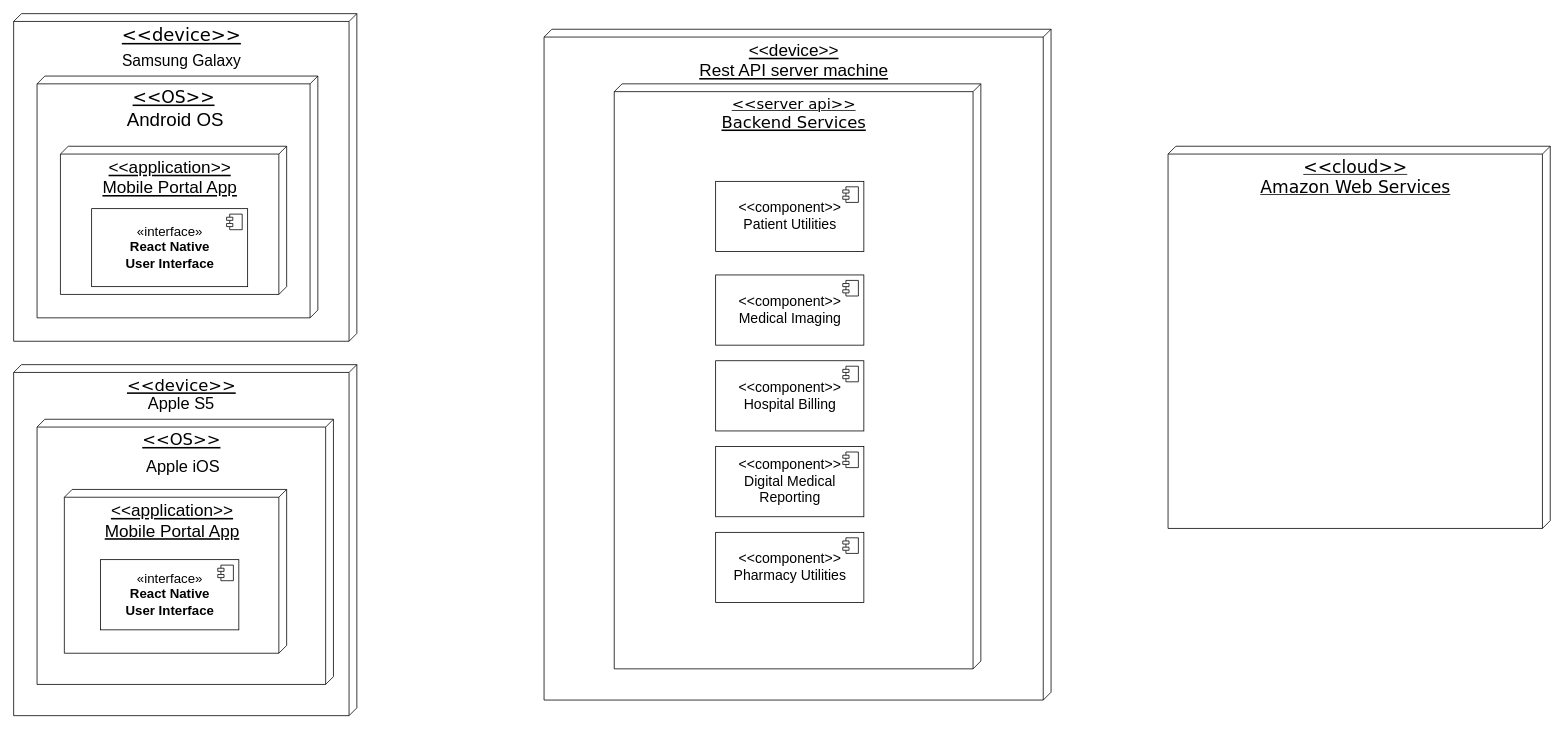
Before: testDir/Untitled Diagram.drawio in SahanChan/x, a draw.io diagram. Source tidied: cells renumbered, new cells numbered last; positions are measured from the earlier drawing's top-left corner, leaving out a move shared by most shapes. Both pictures are drawn from the tidied source at 78%, with x=0, y=0 at pixel (13, 13).
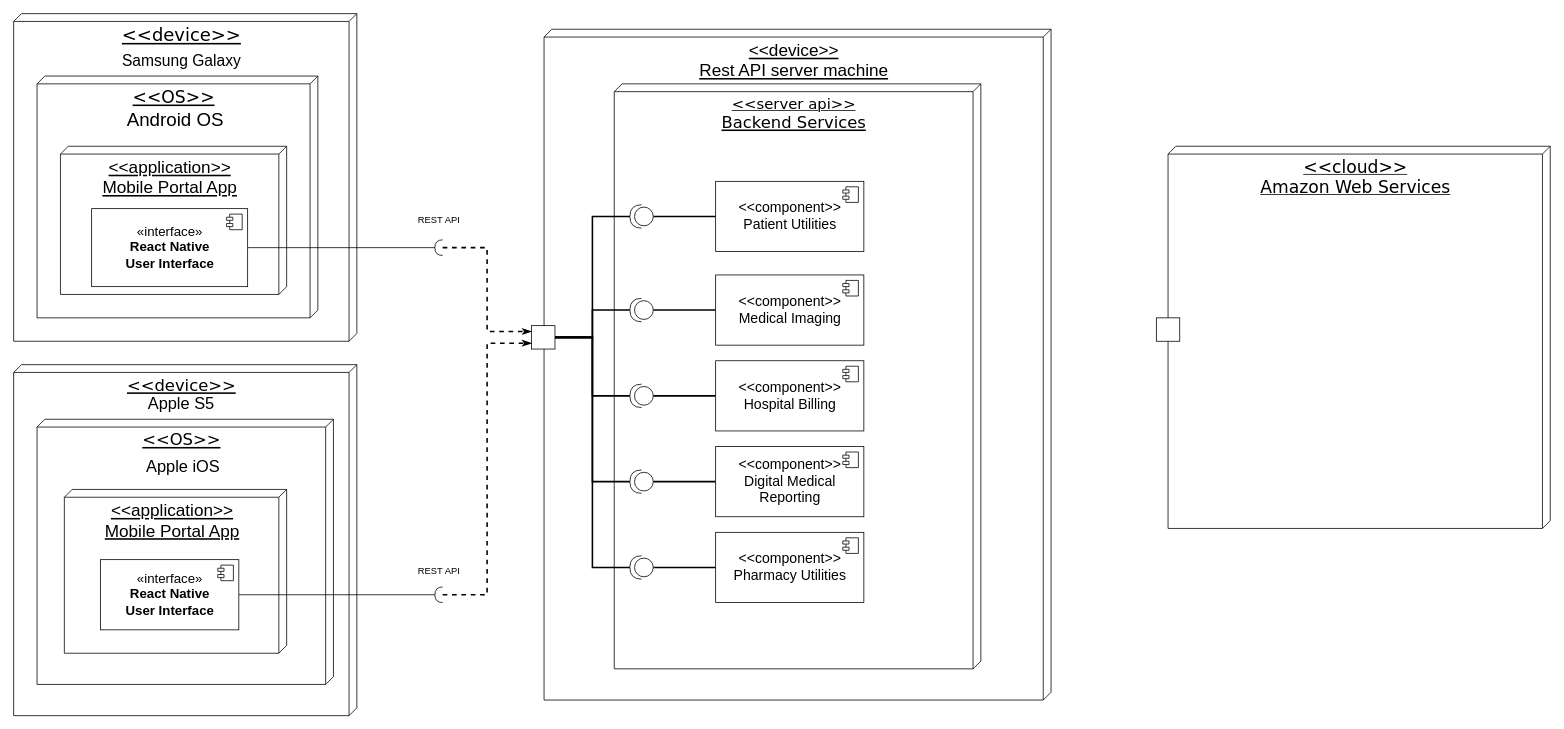
The same diagram, later.

Unchanged cells that the change refers to:
```xml
<mxCell id="15" value="&lt;div style=&quot;font-size: 18px&quot;&gt;&lt;font style=&quot;font-size: 18px&quot;&gt;&amp;lt;&amp;lt;component&amp;gt;&amp;gt;&lt;/font&gt;&lt;/div&gt;&lt;div style=&quot;font-size: 18px&quot;&gt;&lt;font style=&quot;font-size: 18px&quot;&gt;Patient Utilities&lt;br&gt;&lt;/font&gt;&lt;/div&gt;" style="html=1;" parent="1" vertex="1">
  <mxGeometry x="900" y="215" width="190" height="90" as="geometry" />
</mxCell>
<mxCell id="17" value="&lt;div style=&quot;font-size: 18px&quot;&gt;&lt;font style=&quot;font-size: 18px&quot;&gt;&amp;lt;&amp;lt;component&amp;gt;&amp;gt;&lt;/font&gt;&lt;/div&gt;&lt;div style=&quot;font-size: 18px&quot;&gt;&lt;font style=&quot;font-size: 18px&quot;&gt;Medical Imaging&lt;br&gt;&lt;/font&gt;&lt;/div&gt;" style="html=1;" parent="1" vertex="1">
  <mxGeometry x="900" y="335" width="190" height="90" as="geometry" />
</mxCell>
<mxCell id="19" value="&lt;div style=&quot;font-size: 18px&quot;&gt;&lt;font style=&quot;font-size: 18px&quot;&gt;&amp;lt;&amp;lt;component&amp;gt;&amp;gt;&lt;/font&gt;&lt;/div&gt;&lt;div style=&quot;font-size: 18px&quot;&gt;&lt;font style=&quot;font-size: 18px&quot;&gt;Hospital Billing&lt;br&gt;&lt;/font&gt;&lt;/div&gt;" style="html=1;" parent="1" vertex="1">
  <mxGeometry x="900" y="445" width="190" height="90" as="geometry" />
</mxCell>
<mxCell id="21" value="&lt;div style=&quot;font-size: 18px&quot;&gt;&lt;font style=&quot;font-size: 18px&quot;&gt;&amp;lt;&amp;lt;component&amp;gt;&amp;gt;&lt;/font&gt;&lt;/div&gt;&lt;div style=&quot;font-size: 18px&quot;&gt;&lt;font style=&quot;font-size: 18px&quot;&gt;Digital Medical&lt;/font&gt;&lt;/div&gt;&lt;div style=&quot;font-size: 18px&quot;&gt;&lt;font style=&quot;font-size: 18px&quot;&gt;Reporting&lt;br&gt;&lt;/font&gt;&lt;/div&gt;" style="html=1;" parent="1" vertex="1">
  <mxGeometry x="900" y="555" width="190" height="90" as="geometry" />
</mxCell>
<mxCell id="23" value="&lt;div style=&quot;font-size: 18px&quot;&gt;&lt;font style=&quot;font-size: 18px&quot;&gt;&amp;lt;&amp;lt;component&amp;gt;&amp;gt;&lt;/font&gt;&lt;/div&gt;&lt;div style=&quot;font-size: 18px&quot;&gt;&lt;font style=&quot;font-size: 18px&quot;&gt;Pharmacy Utilities&lt;br&gt;&lt;/font&gt;&lt;/div&gt;" style="html=1;" parent="1" vertex="1">
  <mxGeometry x="900" y="665" width="190" height="90" as="geometry" />
</mxCell>
<mxCell id="25" value="&lt;div style=&quot;font-size: 17px&quot;&gt;&lt;font style=&quot;font-size: 17px&quot;&gt;«interface»&lt;/font&gt;&lt;/div&gt;&lt;div style=&quot;font-size: 17px&quot;&gt;&lt;font style=&quot;font-size: 17px&quot;&gt;&lt;b&gt;React Native &lt;br&gt;&lt;/b&gt;&lt;/font&gt;&lt;/div&gt;&lt;div style=&quot;font-size: 17px&quot;&gt;&lt;font style=&quot;font-size: 17px&quot;&gt;&lt;b&gt;User Interface&lt;/b&gt;&lt;br&gt;&lt;/font&gt;&lt;/div&gt;" style="html=1;" parent="1" vertex="1">
  <mxGeometry x="100" y="250" width="200" height="100" as="geometry" />
</mxCell>
<mxCell id="27" value="&lt;div style=&quot;font-size: 17px&quot;&gt;&lt;font style=&quot;font-size: 17px&quot;&gt;«interface»&lt;/font&gt;&lt;/div&gt;&lt;div style=&quot;font-size: 17px&quot;&gt;&lt;font style=&quot;font-size: 17px&quot;&gt;&lt;b&gt;React Native &lt;br&gt;&lt;/b&gt;&lt;/font&gt;&lt;/div&gt;&lt;div style=&quot;font-size: 17px&quot;&gt;&lt;font style=&quot;font-size: 17px&quot;&gt;&lt;b&gt;User Interface&lt;/b&gt;&lt;br&gt;&lt;/font&gt;&lt;/div&gt;" style="html=1;" parent="1" vertex="1">
  <mxGeometry x="111.2" y="700" width="177.5" height="90" as="geometry" />
</mxCell>
```

What changed in the source:
```diff
@@
+    <mxCell id="29" style="edgeStyle=orthogonalEdgeStyle;rounded=0;jettySize=auto;html=1;entryX=0;entryY=0.5;entryDx=0;entryDy=0;entryPerimeter=0;endArrow=none;endFill=0;strokeWidth=2;" parent="1" edge="1" source="15" target="49">
+      <mxGeometry relative="1" as="geometry" />
+    </mxCell>
@@
+    <mxCell id="30" style="edgeStyle=orthogonalEdgeStyle;rounded=0;jettySize=auto;html=1;entryX=0;entryY=0.5;entryDx=0;entryDy=0;entryPerimeter=0;endArrow=none;endFill=0;strokeWidth=2;" parent="1" edge="1" source="17" target="53">
+      <mxGeometry relative="1" as="geometry" />
+    </mxCell>
@@
+    <mxCell id="31" style="edgeStyle=orthogonalEdgeStyle;rounded=0;jettySize=auto;html=1;entryX=0;entryY=0.5;entryDx=0;entryDy=0;entryPerimeter=0;endArrow=none;endFill=0;strokeWidth=2;" parent="1" edge="1" source="19" target="51">
+      <mxGeometry relative="1" as="geometry" />
+    </mxCell>
@@
+    <mxCell id="32" style="edgeStyle=orthogonalEdgeStyle;rounded=0;jettySize=auto;html=1;entryX=0;entryY=0.5;entryDx=0;entryDy=0;entryPerimeter=0;endArrow=none;endFill=0;strokeWidth=2;" parent="1" edge="1" source="21" target="50">
+      <mxGeometry relative="1" as="geometry" />
+    </mxCell>
@@
+    <mxCell id="33" style="edgeStyle=orthogonalEdgeStyle;rounded=0;jettySize=auto;html=1;entryX=0;entryY=0.5;entryDx=0;entryDy=0;entryPerimeter=0;endArrow=none;endFill=0;strokeWidth=2;" parent="1" edge="1" source="23" target="52">
+      <mxGeometry relative="1" as="geometry" />
+    </mxCell>
@@
+    <mxCell id="34" style="edgeStyle=orthogonalEdgeStyle;rounded=0;jettySize=auto;html=1;exitX=1;exitY=0.5;exitDx=0;exitDy=0;entryX=1;entryY=0.5;entryDx=0;entryDy=0;entryPerimeter=0;endArrow=none;endFill=0;" parent="1" edge="1" source="25" target="44">
+      <mxGeometry relative="1" as="geometry" />
+    </mxCell>
@@
+    <mxCell id="35" style="edgeStyle=orthogonalEdgeStyle;rounded=0;jettySize=auto;html=1;entryX=1;entryY=0.5;entryDx=0;entryDy=0;entryPerimeter=0;endArrow=none;endFill=0;" parent="1" edge="1" source="27" target="46">
+      <mxGeometry relative="1" as="geometry">
+        <Array as="points">
+          <mxPoint x="530" y="745" />
+        </Array>
+      </mxGeometry>
+    </mxCell>
@@
+    <mxCell id="36" style="edgeStyle=orthogonalEdgeStyle;rounded=0;jettySize=auto;html=1;entryX=1;entryY=0.5;entryDx=0;entryDy=0;entryPerimeter=0;endArrow=none;endFill=0;strokeWidth=2;" parent="1" edge="1" source="41" target="49">
+      <mxGeometry relative="1" as="geometry" />
+    </mxCell>
+    <mxCell id="37" style="edgeStyle=orthogonalEdgeStyle;rounded=0;jettySize=auto;html=1;entryX=1;entryY=0.5;entryDx=0;entryDy=0;entryPerimeter=0;endArrow=none;endFill=0;strokeWidth=2;" parent="1" edge="1" source="41" target="53">
+      <mxGeometry relative="1" as="geometry" />
+    </mxCell>
+    <mxCell id="38" style="edgeStyle=orthogonalEdgeStyle;rounded=0;jettySize=auto;html=1;entryX=1;entryY=0.5;entryDx=0;entryDy=0;entryPerimeter=0;endArrow=none;endFill=0;strokeWidth=2;" parent="1" edge="1" source="41" target="51">
+      <mxGeometry relative="1" as="geometry" />
+    </mxCell>
+    <mxCell id="39" style="edgeStyle=orthogonalEdgeStyle;rounded=0;jettySize=auto;html=1;entryX=1;entryY=0.5;entryDx=0;entryDy=0;entryPerimeter=0;endArrow=none;endFill=0;strokeWidth=2;" parent="1" edge="1" source="41" target="50">
+      <mxGeometry relative="1" as="geometry" />
+    </mxCell>
+    <mxCell id="40" style="edgeStyle=orthogonalEdgeStyle;rounded=0;jettySize=auto;html=1;entryX=1;entryY=0.5;entryDx=0;entryDy=0;entryPerimeter=0;endArrow=none;endFill=0;strokeWidth=2;" parent="1" edge="1" source="41" target="52">
+      <mxGeometry relative="1" as="geometry" />
+    </mxCell>
+    <mxCell id="41" style="rounded=0;whiteSpace=wrap;html=1;" parent="1" vertex="1">
+      <mxGeometry x="664" y="400" width="30" height="30" as="geometry" />
+    </mxCell>
+    <mxCell id="42" style="rounded=0;whiteSpace=wrap;html=1;" parent="1" vertex="1">
+      <mxGeometry x="1465" y="390" width="30" height="30" as="geometry" />
+    </mxCell>
+    <mxCell id="43" style="edgeStyle=orthogonalEdgeStyle;rounded=0;jettySize=auto;html=1;entryX=0;entryY=0.25;entryDx=0;entryDy=0;endArrow=classicThin;endFill=1;dashed=1;strokeWidth=2;" parent="1" edge="1" source="44" target="41">
+      <mxGeometry relative="1" as="geometry" />
+    </mxCell>
+    <mxCell id="44" style="shape=requiredInterface;html=1;verticalLabelPosition=bottom;rotation=-180;" parent="1" vertex="1">
+      <mxGeometry x="540" y="290" width="10" height="20" as="geometry" />
+    </mxCell>
+    <mxCell id="45" style="edgeStyle=orthogonalEdgeStyle;rounded=0;jettySize=auto;html=1;entryX=0;entryY=0.75;entryDx=0;entryDy=0;dashed=1;endArrow=classicThin;endFill=1;strokeWidth=2;" parent="1" edge="1" source="46" target="41">
+      <mxGeometry relative="1" as="geometry" />
+    </mxCell>
+    <mxCell id="46" style="shape=requiredInterface;html=1;verticalLabelPosition=bottom;rotation=-180;" parent="1" vertex="1">
+      <mxGeometry x="540" y="735" width="10" height="20" as="geometry" />
+    </mxCell>
+    <mxCell id="47" value="REST API" style="text;html=1;align=center;verticalAlign=middle;strokeColor=none;" parent="1" vertex="1">
+      <mxGeometry x="510" y="255" width="70" height="20" as="geometry" />
+    </mxCell>
+    <mxCell id="48" value="REST API" style="text;html=1;align=center;verticalAlign=middle;strokeColor=none;" parent="1" vertex="1">
+      <mxGeometry x="510" y="705" width="70" height="20" as="geometry" />
+    </mxCell>
+    <mxCell id="49" style="shape=providedRequiredInterface;html=1;verticalLabelPosition=bottom;rotation=-180;" parent="1" vertex="1">
+      <mxGeometry x="790" y="245" width="30" height="30" as="geometry" />
+    </mxCell>
+    <mxCell id="50" style="shape=providedRequiredInterface;html=1;verticalLabelPosition=bottom;rotation=-180;" parent="1" vertex="1">
+      <mxGeometry x="790" y="585" width="30" height="30" as="geometry" />
+    </mxCell>
+    <mxCell id="51" style="shape=providedRequiredInterface;html=1;verticalLabelPosition=bottom;rotation=-180;" parent="1" vertex="1">
+      <mxGeometry x="790" y="475" width="30" height="30" as="geometry" />
+    </mxCell>
+    <mxCell id="52" style="shape=providedRequiredInterface;html=1;verticalLabelPosition=bottom;rotation=-180;" parent="1" vertex="1">
+      <mxGeometry x="790" y="695" width="30" height="30" as="geometry" />
+    </mxCell>
+    <mxCell id="53" style="shape=providedRequiredInterface;html=1;verticalLabelPosition=bottom;rotation=-180;" parent="1" vertex="1">
+      <mxGeometry x="790" y="365" width="30" height="30" as="geometry" />
+    </mxCell>
```
